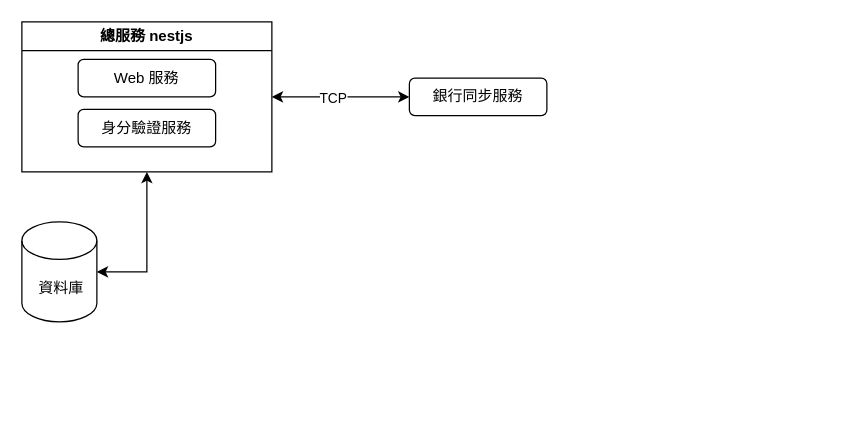
Earlier version of the draw.io diagram doc/架構圖.drawio (r0930514/Okane). Source tidied: cells renumbered, new cells numbered last; positions are measured from the earlier drawing's top-left corner, leaving out a move shared by most shapes. Both pictures are drawn from the tidied source at 125%, with x=0, y=0 at pixel (21, 21).
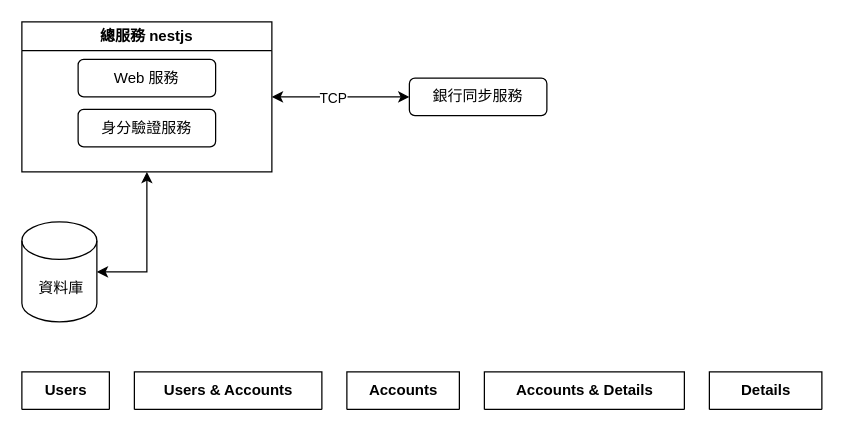
After the change.

Commit message:
更新資料庫架構圖.drawio

What changed in the source:
```diff
@@
 <mxGraphModel>
   <root>
     <mxCell id="0" />
     <mxCell id="1" parent="0" />
     <mxCell id="2" value="銀行同步服務" style="rounded=1;whiteSpace=wrap;html=1;strokeColor=default;" parent="1" vertex="1">
       <mxGeometry x="310" y="45" width="110" height="30" as="geometry" />
     </mxCell>
     <mxCell id="3" style="edgeStyle=orthogonalEdgeStyle;rounded=0;jettySize=auto;html=1;entryX=0;entryY=0.5;entryDx=0;entryDy=0;startArrow=classic;startFill=1;" parent="1" edge="1" source="5" target="2">
       <mxGeometry relative="1" as="geometry" />
     </mxCell>
     <mxCell id="4" value="TCP" style="edgeLabel;html=1;align=center;verticalAlign=middle;" parent="3" vertex="1">
       <mxGeometry x="-0.19" y="-2" relative="1" as="geometry">
         <mxPoint x="3" y="-2" as="offset" />
       </mxGeometry>
     </mxCell>
     <mxCell id="5" value="總服務 nestjs" style="swimlane;whiteSpace=wrap;html=1;startSize=23;" parent="1" vertex="1">
       <mxGeometry width="200" height="120" as="geometry" />
     </mxCell>
     <mxCell id="6" value="Web 服務" style="rounded=1;whiteSpace=wrap;html=1;strokeColor=default;" parent="5" vertex="1">
       <mxGeometry x="45" y="30" width="110" height="30" as="geometry" />
     </mxCell>
     <mxCell id="7" value="身分驗證服務" style="rounded=1;whiteSpace=wrap;html=1;strokeColor=default;" parent="5" vertex="1">
       <mxGeometry x="45" y="70" width="110" height="30" as="geometry" />
     </mxCell>
     <mxCell id="8" style="edgeStyle=orthogonalEdgeStyle;rounded=0;jettySize=auto;html=1;entryX=0.5;entryY=1;entryDx=0;entryDy=0;exitX=1;exitY=0.5;exitDx=0;exitDy=0;exitPerimeter=0;startArrow=classic;startFill=1;" parent="1" edge="1" source="9" target="5">
       <mxGeometry relative="1" as="geometry" />
     </mxCell>
     <mxCell id="9" value="&amp;nbsp;資料庫" style="shape=cylinder3;whiteSpace=wrap;html=1;boundedLbl=1;backgroundOutline=1;size=15;" parent="1" vertex="1">
       <mxGeometry y="160" width="60" height="80" as="geometry" />
     </mxCell>
+    <mxCell id="10" value="Users" style="shape=table;startSize=30;childLayout=tableLayout;rowLines=0;fontStyle=1;align=center;html=1;swimlaneFillColor=none;" parent="1" vertex="1" collapsed="1">
+      <mxGeometry y="280" width="70" height="30" as="geometry" />
+    </mxCell>
+    <mxCell id="11" value="Users &amp;amp; Accounts" style="shape=table;startSize=30;childLayout=tableLayout;rowLines=0;fontStyle=1;align=center;html=1;swimlaneFillColor=none;" parent="1" vertex="1" collapsed="1">
+      <mxGeometry x="90" y="280" width="150" height="30" as="geometry" />
+    </mxCell>
+    <mxCell id="12" value="Accounts" style="shape=table;startSize=30;childLayout=tableLayout;rowLines=0;fontStyle=1;align=center;html=1;swimlaneFillColor=none;" parent="1" vertex="1" collapsed="1">
+      <mxGeometry x="260" y="280" width="90" height="30" as="geometry" />
+    </mxCell>
+    <mxCell id="13" value="Accounts &amp;amp; Details" style="shape=table;startSize=30;childLayout=tableLayout;rowLines=0;fontStyle=1;align=center;html=1;swimlaneFillColor=none;" parent="1" vertex="1" collapsed="1">
+      <mxGeometry x="370" y="280" width="160" height="30" as="geometry" />
+    </mxCell>
+    <mxCell id="14" value="Details" style="shape=table;startSize=30;childLayout=tableLayout;rowLines=0;fontStyle=1;align=center;html=1;swimlaneFillColor=none;" parent="1" vertex="1" collapsed="1">
+      <mxGeometry x="550" y="280" width="90" height="30" as="geometry" />
+    </mxCell>
   </root>
 </mxGraphModel>
```
